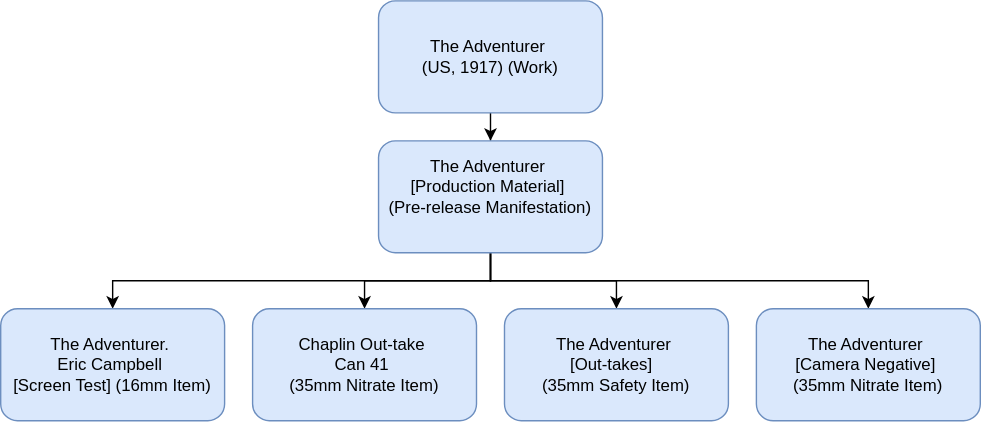
FIAF/fiaf-cataloguing-manual keeps this draw.io diagram as markdown/diagrams/title_type_03.drawio.svg. Above is the earlier version. Source tidied: cells renumbered, new cells last; positions are measured from the earlier drawing's top-left corner, leaving out a move shared by most shapes. The source it was exported from:
```xml
<mxGraphModel>
  <root>
    <mxCell id="0" />
    <mxCell id="1" parent="0" />
    <mxCell id="2" style="edgeStyle=orthogonalEdgeStyle;rounded=0;jettySize=auto;html=1;exitX=0.5;exitY=1;exitDx=0;exitDy=0;" parent="1" edge="1" source="3" target="8">
      <mxGeometry relative="1" as="geometry" />
    </mxCell>
    <mxCell id="3" value="&lt;div&gt;The Adventurer&amp;nbsp;&lt;/div&gt;&lt;div&gt;(US, 1917) (Work)&lt;/div&gt;" style="rounded=1;whiteSpace=wrap;html=1;fillColor=#dae8fc;strokeColor=#6c8ebf;" parent="1" vertex="1">
      <mxGeometry x="270" width="160" height="80" as="geometry" />
    </mxCell>
    <mxCell id="4" style="edgeStyle=orthogonalEdgeStyle;rounded=0;jettySize=auto;html=1;exitX=0.5;exitY=1;exitDx=0;exitDy=0;entryX=0.5;entryY=0;entryDx=0;entryDy=0;" parent="1" edge="1" source="8" target="9">
      <mxGeometry relative="1" as="geometry" />
    </mxCell>
    <mxCell id="5" style="edgeStyle=orthogonalEdgeStyle;rounded=0;jettySize=auto;html=1;exitX=0.5;exitY=1;exitDx=0;exitDy=0;entryX=0.5;entryY=0;entryDx=0;entryDy=0;" parent="1" edge="1" source="8" target="10">
      <mxGeometry relative="1" as="geometry" />
    </mxCell>
    <mxCell id="6" style="edgeStyle=orthogonalEdgeStyle;rounded=0;jettySize=auto;html=1;exitX=0.5;exitY=1;exitDx=0;exitDy=0;entryX=0.5;entryY=0;entryDx=0;entryDy=0;" parent="1" edge="1" source="8" target="11">
      <mxGeometry relative="1" as="geometry" />
    </mxCell>
    <mxCell id="7" style="edgeStyle=orthogonalEdgeStyle;rounded=0;jettySize=auto;html=1;exitX=0.5;exitY=1;exitDx=0;exitDy=0;" parent="1" edge="1" source="8" target="12">
      <mxGeometry relative="1" as="geometry" />
    </mxCell>
    <mxCell id="8" value="&lt;div&gt;The Adventurer&amp;nbsp;&lt;/div&gt;&lt;div&gt;[Production Material]&amp;nbsp;&lt;/div&gt;&lt;div&gt;(Pre-release Manifestation)&lt;/div&gt;&lt;div&gt;&lt;br&gt;&lt;/div&gt;" style="rounded=1;whiteSpace=wrap;html=1;fillColor=#dae8fc;strokeColor=#6c8ebf;" parent="1" vertex="1">
      <mxGeometry x="270" y="100" width="160" height="80" as="geometry" />
    </mxCell>
    <mxCell id="9" value="&lt;div&gt;The Adventurer.&amp;nbsp;&lt;/div&gt;&lt;div&gt;Eric Campbell&amp;nbsp;&lt;/div&gt;&lt;div&gt;[Screen Test] (16mm Item)&lt;/div&gt;" style="rounded=1;whiteSpace=wrap;html=1;fillColor=#dae8fc;strokeColor=#6c8ebf;" parent="1" vertex="1">
      <mxGeometry y="220" width="160" height="80" as="geometry" />
    </mxCell>
    <mxCell id="10" value="&lt;div&gt;Chaplin Out-take&amp;nbsp;&lt;/div&gt;&lt;div&gt;Can 41&amp;nbsp;&lt;/div&gt;&lt;div&gt;(35mm Nitrate Item)&lt;/div&gt;" style="rounded=1;whiteSpace=wrap;html=1;fillColor=#dae8fc;strokeColor=#6c8ebf;" parent="1" vertex="1">
      <mxGeometry x="180" y="220" width="160" height="80" as="geometry" />
    </mxCell>
    <mxCell id="11" value="&lt;div&gt;The Adventurer&amp;nbsp;&lt;/div&gt;&lt;div&gt;[Out-takes]&amp;nbsp;&amp;nbsp;&lt;/div&gt;&lt;div&gt;(35mm Safety Item)&lt;/div&gt;" style="rounded=1;whiteSpace=wrap;html=1;fillColor=#dae8fc;strokeColor=#6c8ebf;" parent="1" vertex="1">
      <mxGeometry x="360" y="220" width="160" height="80" as="geometry" />
    </mxCell>
    <mxCell id="12" value="&lt;div&gt;The Adventurer&amp;nbsp;&lt;/div&gt;&lt;div&gt;[Camera Negative]&amp;nbsp;&lt;/div&gt;&lt;div&gt;(35mm Nitrate Item)&lt;/div&gt;" style="rounded=1;whiteSpace=wrap;html=1;fillColor=#dae8fc;strokeColor=#6c8ebf;" parent="1" vertex="1">
      <mxGeometry x="540" y="220" width="160" height="80" as="geometry" />
    </mxCell>
  </root>
</mxGraphModel>
```
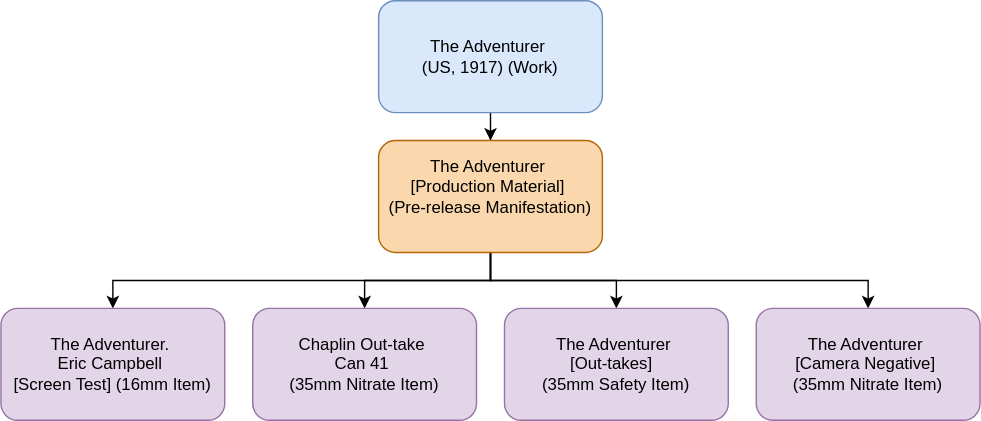
The same file after the commit.

What changed in the source:
```diff
@@ -2,6 +2,36 @@
   <root>
     <mxCell id="0" />
     <mxCell id="1" parent="0" />
+    <mxCell id="13" style="edgeStyle=orthogonalEdgeStyle;rounded=0;orthogonalLoop=1;jettySize=auto;html=1;exitX=0.5;exitY=1;exitDx=0;exitDy=0;entryX=0.5;entryY=0;entryDx=0;entryDy=0;fontSize=12;startSize=8;endSize=8;" parent="1" edge="1">
+      <mxGeometry relative="1" as="geometry">
+        <mxPoint x="510" y="320" as="targetPoint" />
+      </mxGeometry>
+    </mxCell>
+    <mxCell id="14" style="edgeStyle=orthogonalEdgeStyle;rounded=0;orthogonalLoop=1;jettySize=auto;html=1;exitX=0.5;exitY=1;exitDx=0;exitDy=0;entryX=0.5;entryY=0;entryDx=0;entryDy=0;fontSize=12;startSize=8;endSize=8;" parent="1" edge="1">
+      <mxGeometry relative="1" as="geometry">
+        <mxPoint x="690" y="320" as="targetPoint" />
+      </mxGeometry>
+    </mxCell>
+    <mxCell id="15" style="edgeStyle=none;curved=1;rounded=0;orthogonalLoop=1;jettySize=auto;html=1;exitX=0.5;exitY=1;exitDx=0;exitDy=0;entryX=0.5;entryY=0;entryDx=0;entryDy=0;fontSize=12;startSize=8;endSize=8;" parent="1" edge="1">
+      <mxGeometry relative="1" as="geometry">
+        <mxPoint x="330" y="280" as="sourcePoint" />
+      </mxGeometry>
+    </mxCell>
+    <mxCell id="16" style="edgeStyle=orthogonalEdgeStyle;rounded=0;orthogonalLoop=1;jettySize=auto;html=1;exitX=0.5;exitY=1;exitDx=0;exitDy=0;entryX=0.5;entryY=0;entryDx=0;entryDy=0;fontSize=12;startSize=8;endSize=8;" parent="1" edge="1">
+      <mxGeometry relative="1" as="geometry">
+        <mxPoint x="510" y="320" as="targetPoint" />
+      </mxGeometry>
+    </mxCell>
+    <mxCell id="17" style="edgeStyle=orthogonalEdgeStyle;rounded=0;orthogonalLoop=1;jettySize=auto;html=1;exitX=0.5;exitY=1;exitDx=0;exitDy=0;entryX=0.5;entryY=0;entryDx=0;entryDy=0;fontSize=12;startSize=8;endSize=8;" parent="1" edge="1">
+      <mxGeometry relative="1" as="geometry">
+        <mxPoint x="690" y="320" as="targetPoint" />
+      </mxGeometry>
+    </mxCell>
+    <mxCell id="18" style="edgeStyle=none;curved=1;rounded=0;orthogonalLoop=1;jettySize=auto;html=1;exitX=0.5;exitY=1;exitDx=0;exitDy=0;entryX=0.5;entryY=0;entryDx=0;entryDy=0;fontSize=12;startSize=8;endSize=8;" parent="1" edge="1">
+      <mxGeometry relative="1" as="geometry">
+        <mxPoint x="330" y="280" as="sourcePoint" />
+      </mxGeometry>
+    </mxCell>
     <mxCell id="2" style="edgeStyle=orthogonalEdgeStyle;rounded=0;jettySize=auto;html=1;exitX=0.5;exitY=1;exitDx=0;exitDy=0;" parent="1" edge="1" source="3" target="8">
       <mxGeometry relative="1" as="geometry" />
     </mxCell>
@@ -20,19 +50,19 @@
     <mxCell id="7" style="edgeStyle=orthogonalEdgeStyle;rounded=0;jettySize=auto;html=1;exitX=0.5;exitY=1;exitDx=0;exitDy=0;" parent="1" edge="1" source="8" target="12">
       <mxGeometry relative="1" as="geometry" />
     </mxCell>
-    <mxCell id="8" value="&lt;div&gt;The Adventurer&amp;nbsp;&lt;/div&gt;&lt;div&gt;[Production Material]&amp;nbsp;&lt;/div&gt;&lt;div&gt;(Pre-release Manifestation)&lt;/div&gt;&lt;div&gt;&lt;br&gt;&lt;/div&gt;" style="rounded=1;whiteSpace=wrap;html=1;fillColor=#dae8fc;strokeColor=#6c8ebf;" parent="1" vertex="1">
+    <mxCell id="8" value="&lt;div&gt;The Adventurer&amp;nbsp;&lt;/div&gt;&lt;div&gt;[Production Material]&amp;nbsp;&lt;/div&gt;&lt;div&gt;(Pre-release Manifestation)&lt;/div&gt;&lt;div&gt;&lt;br&gt;&lt;/div&gt;" style="rounded=1;whiteSpace=wrap;html=1;fillColor=#fad7ac;strokeColor=#b46504;" parent="1" vertex="1">
       <mxGeometry x="270" y="100" width="160" height="80" as="geometry" />
     </mxCell>
-    <mxCell id="9" value="&lt;div&gt;The Adventurer.&amp;nbsp;&lt;/div&gt;&lt;div&gt;Eric Campbell&amp;nbsp;&lt;/div&gt;&lt;div&gt;[Screen Test] (16mm Item)&lt;/div&gt;" style="rounded=1;whiteSpace=wrap;html=1;fillColor=#dae8fc;strokeColor=#6c8ebf;" parent="1" vertex="1">
+    <mxCell id="9" value="&lt;div&gt;The Adventurer.&amp;nbsp;&lt;/div&gt;&lt;div&gt;Eric Campbell&amp;nbsp;&lt;/div&gt;&lt;div&gt;[Screen Test] (16mm Item)&lt;/div&gt;" style="rounded=1;whiteSpace=wrap;html=1;fillColor=#e1d5e7;strokeColor=#9673a6;" parent="1" vertex="1">
       <mxGeometry y="220" width="160" height="80" as="geometry" />
     </mxCell>
-    <mxCell id="10" value="&lt;div&gt;Chaplin Out-take&amp;nbsp;&lt;/div&gt;&lt;div&gt;Can 41&amp;nbsp;&lt;/div&gt;&lt;div&gt;(35mm Nitrate Item)&lt;/div&gt;" style="rounded=1;whiteSpace=wrap;html=1;fillColor=#dae8fc;strokeColor=#6c8ebf;" parent="1" vertex="1">
+    <mxCell id="10" value="&lt;div&gt;Chaplin Out-take&amp;nbsp;&lt;/div&gt;&lt;div&gt;Can 41&amp;nbsp;&lt;/div&gt;&lt;div&gt;(35mm Nitrate Item)&lt;/div&gt;" style="rounded=1;whiteSpace=wrap;html=1;fillColor=#e1d5e7;strokeColor=#9673a6;" parent="1" vertex="1">
       <mxGeometry x="180" y="220" width="160" height="80" as="geometry" />
     </mxCell>
-    <mxCell id="11" value="&lt;div&gt;The Adventurer&amp;nbsp;&lt;/div&gt;&lt;div&gt;[Out-takes]&amp;nbsp;&amp;nbsp;&lt;/div&gt;&lt;div&gt;(35mm Safety Item)&lt;/div&gt;" style="rounded=1;whiteSpace=wrap;html=1;fillColor=#dae8fc;strokeColor=#6c8ebf;" parent="1" vertex="1">
+    <mxCell id="11" value="&lt;div&gt;The Adventurer&amp;nbsp;&lt;/div&gt;&lt;div&gt;[Out-takes]&amp;nbsp;&amp;nbsp;&lt;/div&gt;&lt;div&gt;(35mm Safety Item)&lt;/div&gt;" style="rounded=1;whiteSpace=wrap;html=1;fillColor=#e1d5e7;strokeColor=#9673a6;" parent="1" vertex="1">
       <mxGeometry x="360" y="220" width="160" height="80" as="geometry" />
     </mxCell>
-    <mxCell id="12" value="&lt;div&gt;The Adventurer&amp;nbsp;&lt;/div&gt;&lt;div&gt;[Camera Negative]&amp;nbsp;&lt;/div&gt;&lt;div&gt;(35mm Nitrate Item)&lt;/div&gt;" style="rounded=1;whiteSpace=wrap;html=1;fillColor=#dae8fc;strokeColor=#6c8ebf;" parent="1" vertex="1">
+    <mxCell id="12" value="&lt;div&gt;The Adventurer&amp;nbsp;&lt;/div&gt;&lt;div&gt;[Camera Negative]&amp;nbsp;&lt;/div&gt;&lt;div&gt;(35mm Nitrate Item)&lt;/div&gt;" style="rounded=1;whiteSpace=wrap;html=1;fillColor=#e1d5e7;strokeColor=#9673a6;" parent="1" vertex="1">
       <mxGeometry x="540" y="220" width="160" height="80" as="geometry" />
     </mxCell>
   </root>
```
